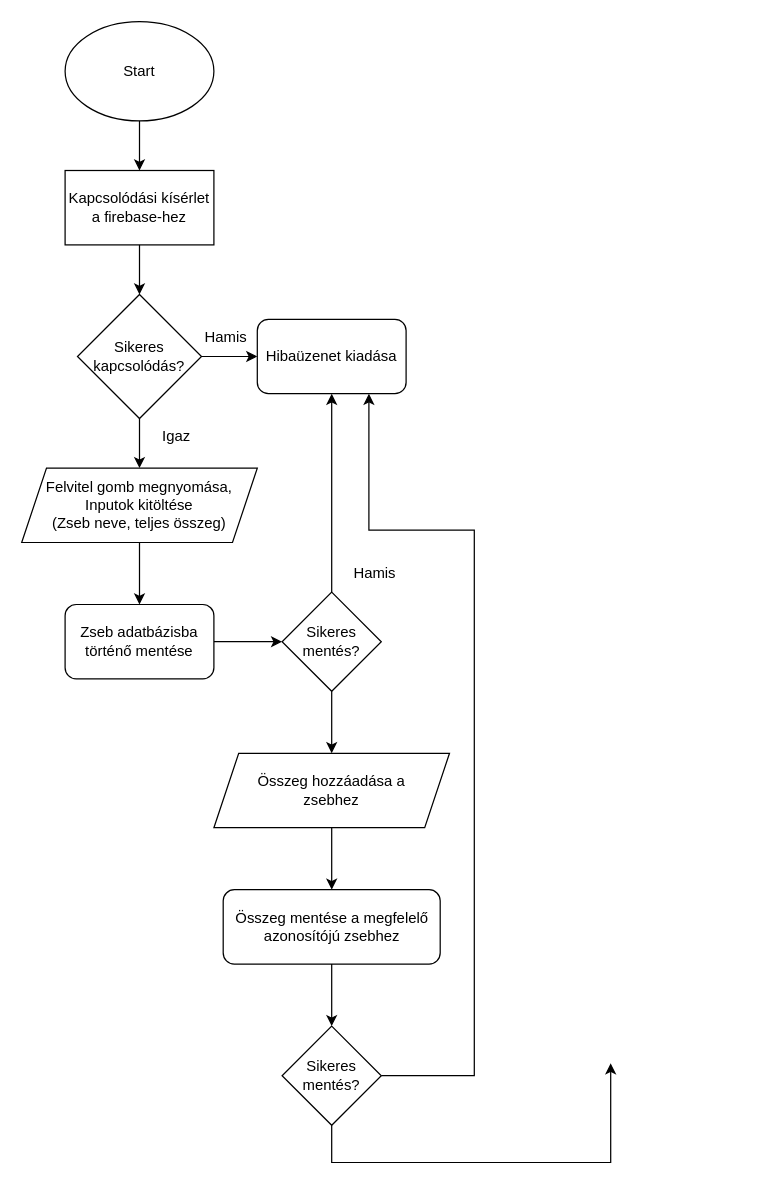
Before: cost_budget.drawio in korneeel/korneeel, a draw.io diagram. Source tidied: cells renumbered, new cells numbered last; positions are measured from the earlier drawing's top-left corner, leaving out a move shared by most shapes. Both pictures are drawn from the tidied source at 124%, with x=0, y=0 at pixel (21, 21).
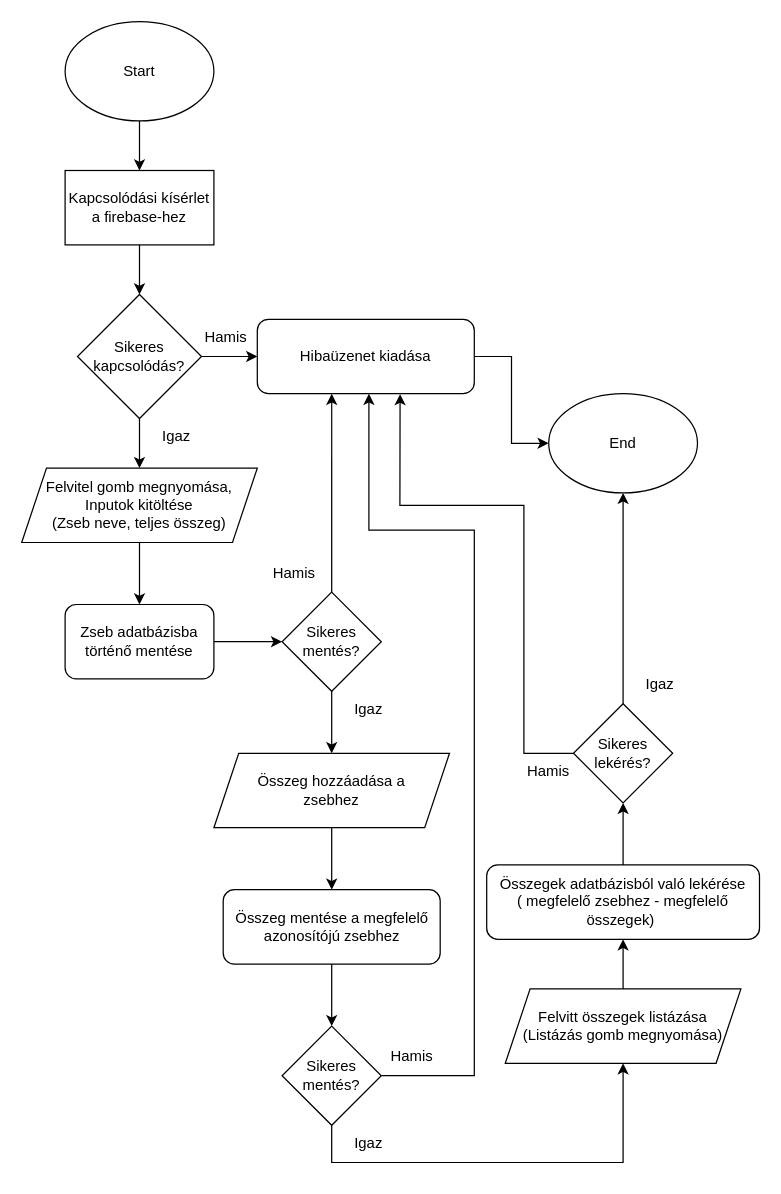
Above is the later version.

Unchanged cells that the change refers to:
```xml
<mxCell id="17" value="Sikeres mentés?" style="rhombus;whiteSpace=wrap;html=1;" parent="1" vertex="1">
  <mxGeometry x="210" y="460" width="80" height="80" as="geometry" />
</mxCell>
<mxCell id="25" value="Sikeres mentés?" style="rhombus;whiteSpace=wrap;html=1;" parent="1" vertex="1">
  <mxGeometry x="210" y="810" width="80" height="80" as="geometry" />
</mxCell>
```

The edit, as a diff of the source:
```diff
@@
+    <mxCell id="27" style="edgeStyle=orthogonalEdgeStyle;rounded=0;jettySize=auto;html=1;exitX=1;exitY=0.5;exitDx=0;exitDy=0;entryX=0;entryY=0.5;entryDx=0;entryDy=0;" parent="1" edge="1" source="7" target="39">
+      <mxGeometry relative="1" as="geometry" />
+    </mxCell>
     <mxCell id="7" value="Hibaüzenet kiadása" style="rounded=1;whiteSpace=wrap;html=1;" parent="1" vertex="1">
-      <mxGeometry x="190" y="240" width="120" height="60" as="geometry" />
+      <mxGeometry x="190" y="240" width="175" height="60" as="geometry" />
     </mxCell>
@@
-    <mxCell id="16" style="edgeStyle=orthogonalEdgeStyle;rounded=0;jettySize=auto;html=1;exitX=0.5;exitY=0;exitDx=0;exitDy=0;entryX=0.5;entryY=1;entryDx=0;entryDy=0;" parent="1" edge="1" source="17" target="7">
+    <mxCell id="16" style="edgeStyle=orthogonalEdgeStyle;rounded=0;jettySize=auto;html=1;exitX=0.5;exitY=0;exitDx=0;exitDy=0;entryX=0.343;entryY=1;entryDx=0;entryDy=0;entryPerimeter=0;" parent="1" edge="1" source="17" target="7">
       <mxGeometry relative="1" as="geometry" />
     </mxCell>
@@
     <mxCell id="18" value="Hamis" style="text;html=1;strokeColor=none;fillColor=none;align=center;verticalAlign=middle;whiteSpace=wrap;rounded=0;" parent="1" vertex="1">
-      <mxGeometry x="255" y="430" width="60" height="30" as="geometry" />
+      <mxGeometry x="190" y="430" width="60" height="30" as="geometry" />
     </mxCell>
@@
-    <mxCell id="24" style="edgeStyle=orthogonalEdgeStyle;rounded=0;jettySize=auto;html=1;entryX=0.75;entryY=1;entryDx=0;entryDy=0;" parent="1" edge="1" source="25" target="7">
+    <mxCell id="24" style="edgeStyle=orthogonalEdgeStyle;rounded=0;jettySize=auto;html=1;" parent="1" edge="1" source="25">
       <mxGeometry relative="1" as="geometry">
+        <mxPoint x="280" y="300" as="targetPoint" />
         <Array as="points">
           <mxPoint x="365" y="850" />
           <mxPoint x="365" y="410" />
           <mxPoint x="280" y="410" />
         </Array>
       </mxGeometry>
     </mxCell>
@@
-    <mxCell id="26" style="endArrow=classic;html=1;rounded=0;exitX=0.5;exitY=1;exitDx=0;exitDy=0;" parent="1" edge="1" source="25">
+    <mxCell id="26" style="endArrow=classic;html=1;rounded=0;exitX=0.5;exitY=1;exitDx=0;exitDy=0;entryX=0.5;entryY=1;entryDx=0;entryDy=0;" parent="1" edge="1" source="25" target="32">
       <mxGeometry relative="1" as="geometry">
-        <mxPoint x="475" y="840" as="targetPoint" />
         <Array as="points">
           <mxPoint x="250" y="920" />
-          <mxPoint x="475" y="920" />
+          <mxPoint x="485" y="920" />
         </Array>
       </mxGeometry>
     </mxCell>
+    <mxCell id="28" value="Hamis" style="text;html=1;strokeColor=none;fillColor=none;align=center;verticalAlign=middle;whiteSpace=wrap;rounded=0;" parent="1" vertex="1">
+      <mxGeometry x="285" y="820" width="60" height="30" as="geometry" />
+    </mxCell>
+    <mxCell id="29" value="Igaz" style="text;html=1;strokeColor=none;fillColor=none;align=center;verticalAlign=middle;whiteSpace=wrap;rounded=0;" parent="1" vertex="1">
+      <mxGeometry x="250" y="540" width="60" height="30" as="geometry" />
+    </mxCell>
+    <mxCell id="30" value="Igaz" style="text;html=1;strokeColor=none;fillColor=none;align=center;verticalAlign=middle;whiteSpace=wrap;rounded=0;" parent="1" vertex="1">
+      <mxGeometry x="250" y="890" width="60" height="30" as="geometry" />
+    </mxCell>
+    <mxCell id="31" style="edgeStyle=orthogonalEdgeStyle;rounded=0;jettySize=auto;html=1;entryX=0.5;entryY=1;entryDx=0;entryDy=0;exitX=0.5;exitY=0;exitDx=0;exitDy=0;" parent="1" edge="1" source="32" target="33">
+      <mxGeometry relative="1" as="geometry" />
+    </mxCell>
+    <mxCell id="32" value="Felvitt összegek listázása&lt;br&gt;(Listázás gomb megnyomása)" style="shape=parallelogram;perimeter=parallelogramPerimeter;whiteSpace=wrap;html=1;fixedSize=1;" parent="1" vertex="1">
+      <mxGeometry x="390" y="780" width="190" height="60" as="geometry" />
+    </mxCell>
+    <mxCell id="33" value="Összegek adatbázisból való lekérése &lt;br&gt;( megfelelő zsebhez - megfelelő összegek)&amp;nbsp;" style="rounded=1;whiteSpace=wrap;html=1;" parent="1" vertex="1">
+      <mxGeometry x="375" y="680" width="220" height="60" as="geometry" />
+    </mxCell>
+    <mxCell id="34" style="edgeStyle=orthogonalEdgeStyle;rounded=0;jettySize=auto;html=1;entryX=0.5;entryY=1;entryDx=0;entryDy=0;" parent="1" edge="1" source="35" target="39">
+      <mxGeometry relative="1" as="geometry" />
+    </mxCell>
+    <mxCell id="35" value="Sikeres lekérés?" style="rhombus;whiteSpace=wrap;html=1;" parent="1" vertex="1">
+      <mxGeometry x="445" y="550" width="80" height="80" as="geometry" />
+    </mxCell>
+    <mxCell id="36" style="endArrow=classic;html=1;rounded=0;exitX=0.5;exitY=0;exitDx=0;exitDy=0;entryX=0.5;entryY=1;entryDx=0;entryDy=0;" parent="1" edge="1" source="33" target="35">
+      <mxGeometry relative="1" as="geometry" />
+    </mxCell>
+    <mxCell id="37" style="endArrow=classic;html=1;rounded=0;exitX=0;exitY=0.5;exitDx=0;exitDy=0;entryX=0.658;entryY=1.006;entryDx=0;entryDy=0;entryPerimeter=0;" parent="1" edge="1" source="35" target="7">
+      <mxGeometry relative="1" as="geometry">
+        <Array as="points">
+          <mxPoint x="405" y="590" />
+          <mxPoint x="405" y="390" />
+          <mxPoint x="305" y="390" />
+        </Array>
+      </mxGeometry>
+    </mxCell>
+    <mxCell id="38" value="Hamis" style="text;html=1;strokeColor=none;fillColor=none;align=center;verticalAlign=middle;whiteSpace=wrap;rounded=0;" parent="1" vertex="1">
+      <mxGeometry x="395" y="590" width="60" height="30" as="geometry" />
+    </mxCell>
+    <mxCell id="39" value="End" style="ellipse;whiteSpace=wrap;html=1;" parent="1" vertex="1">
+      <mxGeometry x="425" y="300" width="120" height="80" as="geometry" />
+    </mxCell>
+    <mxCell id="40" value="Igaz" style="text;html=1;strokeColor=none;fillColor=none;align=center;verticalAlign=middle;whiteSpace=wrap;rounded=0;" parent="1" vertex="1">
+      <mxGeometry x="485" y="520" width="60" height="30" as="geometry" />
+    </mxCell>
```
